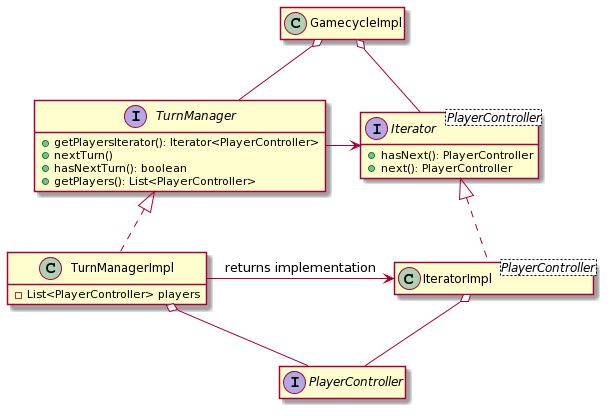
Before: doc/Relazione/images/freddi/TurnManager.png, a diagram exported from PlantUML (RiccardoSquarcialupi/oop19-dpg).
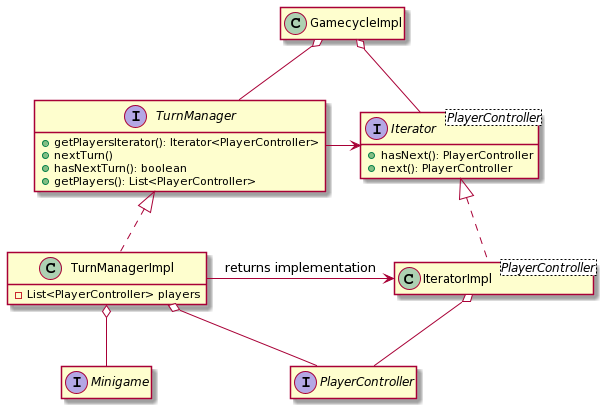
Later version of the same file.

What changed in the source:
```diff
@@ -16,6 +16,7 @@
 class GamecycleImpl
 
 interface PlayerController
+interface Minigame
 
 GamecycleImpl o-- TurnManager
 GamecycleImpl o-- Iterator
@@ -26,6 +27,8 @@
 TurnManagerImpl o-- PlayerController
 IteratorImpl o-- PlayerController
 
+TurnManagerImpl o-- Minigame
+
 hide empty fields
 hide empty methods
 @enduml
```
